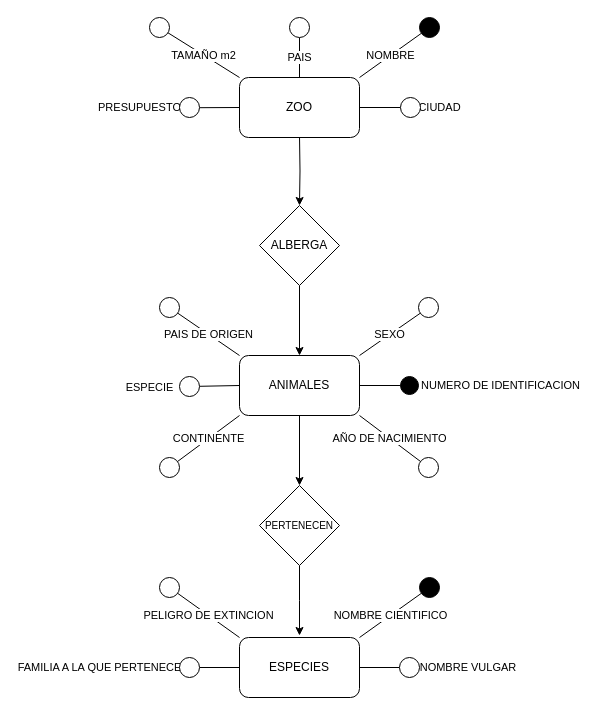
Earlier version of the draw.io diagram page "Page-2" (2 of 3) of Untitled Diagram.drawio (Carlo500/abril23). Source tidied: cells renumbered, new cells numbered last; positions are measured from the earlier drawing's top-left corner, leaving out a move shared by most shapes. Both pictures are drawn from the tidied source at 100%, with x=0, y=0 at pixel (149, 17).
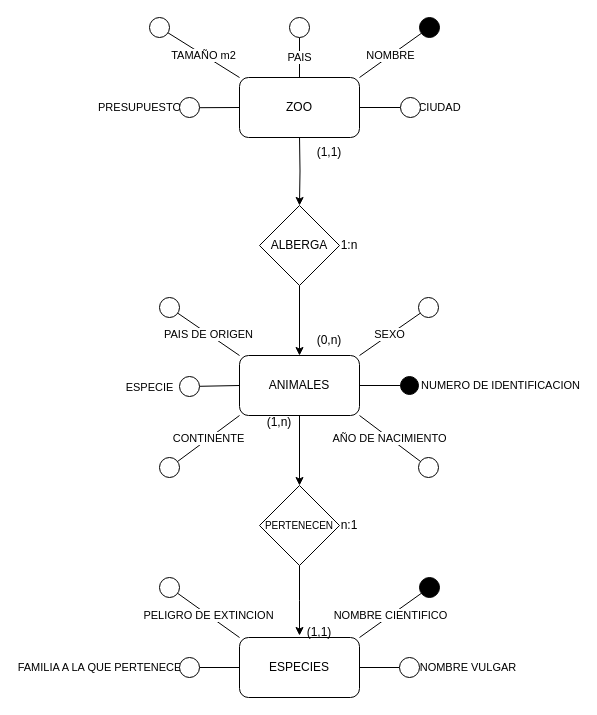
The same page after the edit.

Commit message:
ejercicio actualizado

The edit, as a diff of the source:
```diff
@@
+    <mxCell id="41" value="(1,1)" style="text;html=1;align=center;verticalAlign=middle;whiteSpace=wrap;rounded=0;" parent="1" vertex="1">
+      <mxGeometry x="150" y="120" width="60" height="30" as="geometry" />
+    </mxCell>
+    <mxCell id="42" value="(0,n)" style="text;html=1;align=center;verticalAlign=middle;whiteSpace=wrap;rounded=0;" parent="1" vertex="1">
+      <mxGeometry x="150" y="308" width="60" height="30" as="geometry" />
+    </mxCell>
+    <mxCell id="43" value="1:n" style="text;html=1;align=center;verticalAlign=middle;whiteSpace=wrap;rounded=0;" parent="1" vertex="1">
+      <mxGeometry x="170" y="213" width="60" height="30" as="geometry" />
+    </mxCell>
+    <mxCell id="44" value="(1,n)" style="text;html=1;align=center;verticalAlign=middle;whiteSpace=wrap;rounded=0;" parent="1" vertex="1">
+      <mxGeometry x="100" y="390" width="60" height="30" as="geometry" />
+    </mxCell>
+    <mxCell id="45" value="(1,1)" style="text;html=1;align=center;verticalAlign=middle;whiteSpace=wrap;rounded=0;" parent="1" vertex="1">
+      <mxGeometry x="140" y="600" width="60" height="30" as="geometry" />
+    </mxCell>
+    <mxCell id="46" value="n:1" style="text;html=1;align=center;verticalAlign=middle;whiteSpace=wrap;rounded=0;" parent="1" vertex="1">
+      <mxGeometry x="170" y="493" width="60" height="30" as="geometry" />
+    </mxCell>
```
